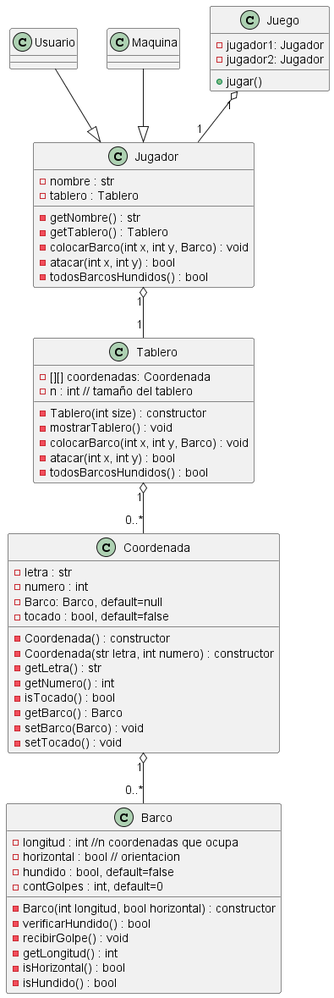
The PlantUML diagram docs/diagram_v-review.png in santiago6124/ProyectoFinalProg2, before a commit.
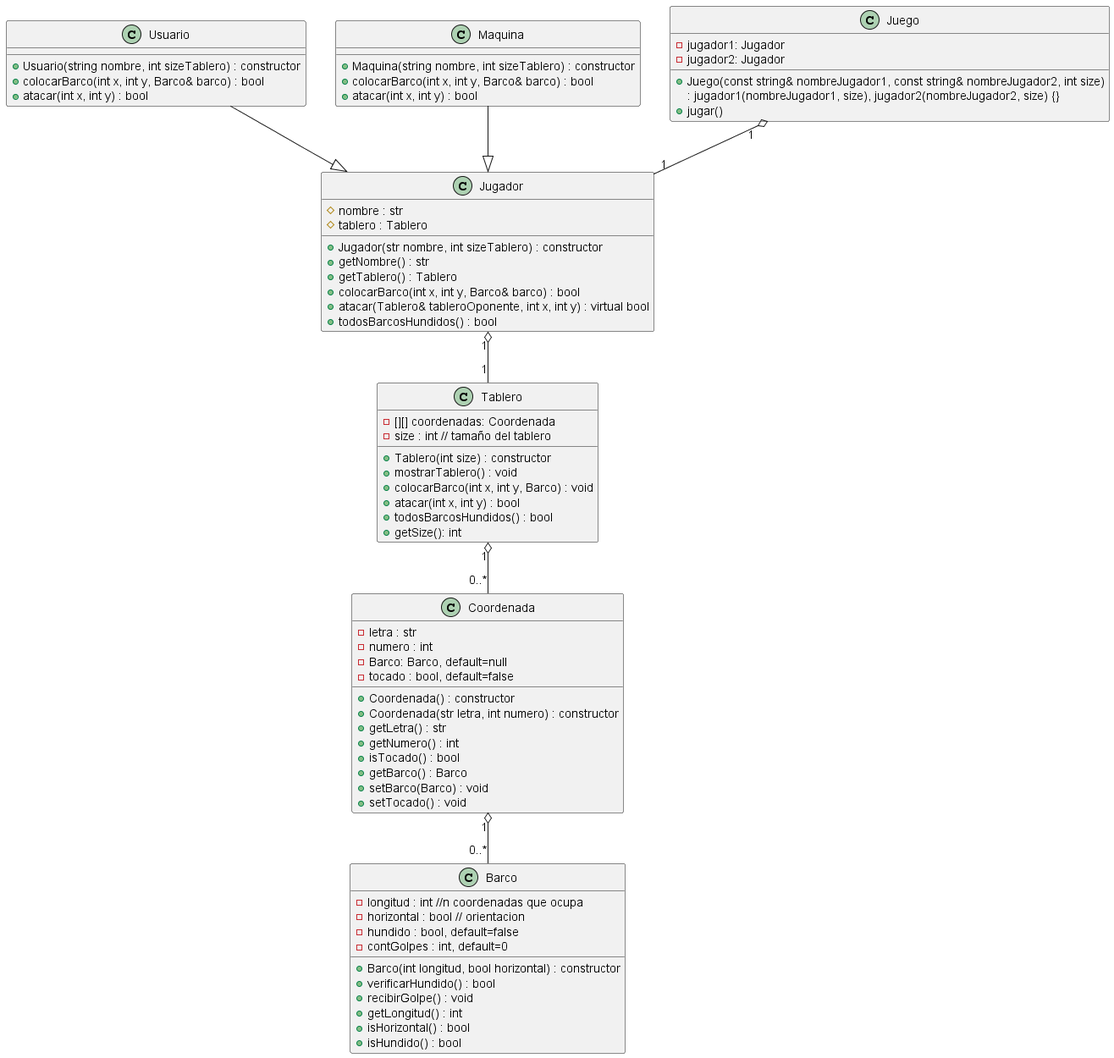
The same diagram one commit later.

The edit, as a diff of the source:
```diff
@@ -1,13 +1,15 @@
 @startuml
+
 
 class Tablero {
     - [][] coordenadas: Coordenada
-    - n : int // tamaño del tablero
-    - Tablero(int size) : constructor
-    - mostrarTablero() : void
-    - colocarBarco(int x, int y, Barco) : void
-    - atacar(int x, int y) : bool
-    - todosBarcosHundidos() : bool
+    - size : int // tamaño del tablero
+    + Tablero(int size) : constructor
+    + mostrarTablero() : void
+    + colocarBarco(int x, int y, Barco) : void
+    + atacar(int x, int y) : bool
+    + todosBarcosHundidos() : bool
+    + getSize(): int
 }
 
 class Coordenada {
@@ -15,14 +17,14 @@
     - numero : int
     - Barco: Barco, default=null
     - tocado : bool, default=false
-    - Coordenada() : constructor
-    - Coordenada(str letra, int numero) : constructor
-    - getLetra() : str
-    - getNumero() : int
-    - isTocado() : bool
-    - getBarco() : Barco
-    - setBarco(Barco) : void
-    - setTocado() : void
+    + Coordenada() : constructor
+    + Coordenada(str letra, int numero) : constructor
+    + getLetra() : str
+    + getNumero() : int
+    + isTocado() : bool
+    + getBarco() : Barco
+    + setBarco(Barco) : void
+    + setTocado() : void
 }
 
 Tablero "1" o-- "0..*" Coordenada
@@ -32,31 +34,38 @@
     - horizontal : bool // orientacion
     - hundido : bool, default=false
     - contGolpes : int, default=0
-    - Barco(int longitud, bool horizontal) : constructor
-    - verificarHundido() : bool
-    - recibirGolpe() : void
-    - getLongitud() : int
-    - isHorizontal() : bool
-    - isHundido() : bool
+    + Barco(int longitud, bool horizontal) : constructor
+    + verificarHundido() : bool
+    + recibirGolpe() : void
+    + getLongitud() : int
+    + isHorizontal() : bool
+    + isHundido() : bool
 
 }
 
 Coordenada "1" o-- "0..*" Barco
 
 class Jugador {
-    - nombre : str
-    - tablero : Tablero
-    - getNombre() : str
-    - getTablero() : Tablero
-    - colocarBarco(int x, int y, Barco) : void
-    - atacar(int x, int y) : bool
-    - todosBarcosHundidos() : bool
+    # nombre : str
+    # tablero : Tablero
+    + Jugador(str nombre, int sizeTablero) : constructor
+    + getNombre() : str
+    + getTablero() : Tablero
+    + colocarBarco(int x, int y, Barco& barco) : bool
+    + atacar(Tablero& tableroOponente, int x, int y) : virtual bool
+    + todosBarcosHundidos() : bool
 }
 
 class Usuario {
+    + Usuario(string nombre, int sizeTablero) : constructor
+    + colocarBarco(int x, int y, Barco& barco) : bool
+    + atacar(int x, int y) : bool
 }
 
 class Maquina {
+    + Maquina(string nombre, int sizeTablero) : constructor
+    + colocarBarco(int x, int y, Barco& barco) : bool
+    + atacar(int x, int y) : bool
 }
 
 Usuario --|> Jugador
@@ -67,6 +76,8 @@
 class Juego {
     - jugador1: Jugador
     - jugador2: Jugador
+    + Juego(const string& nombreJugador1, const string& nombreJugador2, int size)
+        : jugador1(nombreJugador1, size), jugador2(nombreJugador2, size) {}
     + jugar()
 }
 
```
